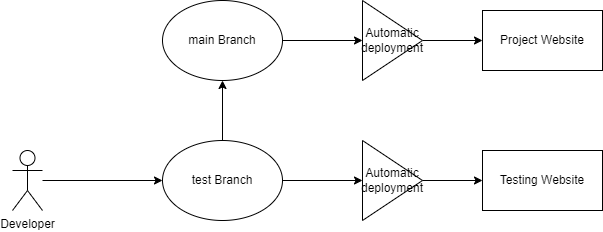
Before: DESIGN/Testing_Process_Diagram.drawio.png, a diagram exported from draw.io (Team-Arbitrary/Team-Arbitrary.github.io). Source tidied: cells renumbered, new cells last; positions are measured from the earlier drawing's top-left corner, leaving out a move shared by most shapes. Source of this version:
```xml
<mxGraphModel>
  <root>
    <mxCell id="0" />
    <mxCell id="1" parent="0" />
    <mxCell id="2" style="edgeStyle=orthogonalEdgeStyle;rounded=0;jettySize=auto;html=1;" parent="1" edge="1" source="3" target="12">
      <mxGeometry relative="1" as="geometry" />
    </mxCell>
    <mxCell id="3" value="main Branch" style="ellipse;whiteSpace=wrap;html=1;" parent="1" vertex="1">
      <mxGeometry x="150" width="120" height="80" as="geometry" />
    </mxCell>
    <mxCell id="4" style="edgeStyle=orthogonalEdgeStyle;rounded=0;jettySize=auto;html=1;" parent="1" edge="1" source="6" target="3">
      <mxGeometry relative="1" as="geometry" />
    </mxCell>
    <mxCell id="5" style="edgeStyle=orthogonalEdgeStyle;rounded=0;jettySize=auto;html=1;" parent="1" edge="1" source="6" target="14">
      <mxGeometry relative="1" as="geometry" />
    </mxCell>
    <mxCell id="6" value="test Branch" style="ellipse;whiteSpace=wrap;html=1;" parent="1" vertex="1">
      <mxGeometry x="150" y="140" width="120" height="80" as="geometry" />
    </mxCell>
    <mxCell id="7" value="Project Website" style="rounded=0;whiteSpace=wrap;html=1;" parent="1" vertex="1">
      <mxGeometry x="470" y="10" width="120" height="60" as="geometry" />
    </mxCell>
    <mxCell id="8" value="Testing Website" style="rounded=0;whiteSpace=wrap;html=1;" parent="1" vertex="1">
      <mxGeometry x="470" y="150" width="120" height="60" as="geometry" />
    </mxCell>
    <mxCell id="9" style="edgeStyle=orthogonalEdgeStyle;rounded=0;jettySize=auto;html=1;entryX=0;entryY=0.5;entryDx=0;entryDy=0;" parent="1" edge="1" source="10" target="6">
      <mxGeometry relative="1" as="geometry" />
    </mxCell>
    <mxCell id="10" value="Developer" style="shape=umlActor;verticalLabelPosition=bottom;verticalAlign=top;html=1;outlineConnect=0;" parent="1" vertex="1">
      <mxGeometry y="150" width="30" height="60" as="geometry" />
    </mxCell>
    <mxCell id="11" style="edgeStyle=orthogonalEdgeStyle;rounded=0;jettySize=auto;html=1;" parent="1" edge="1" source="12" target="7">
      <mxGeometry relative="1" as="geometry" />
    </mxCell>
    <mxCell id="12" value="Automatic deployment" style="triangle;whiteSpace=wrap;html=1;" parent="1" vertex="1">
      <mxGeometry x="350" width="60" height="80" as="geometry" />
    </mxCell>
    <mxCell id="13" style="edgeStyle=orthogonalEdgeStyle;rounded=0;jettySize=auto;html=1;" parent="1" edge="1" source="14" target="8">
      <mxGeometry relative="1" as="geometry" />
    </mxCell>
    <mxCell id="14" value="Automatic deployment" style="triangle;whiteSpace=wrap;html=1;" parent="1" vertex="1">
      <mxGeometry x="350" y="140" width="60" height="80" as="geometry" />
    </mxCell>
  </root>
</mxGraphModel>
```
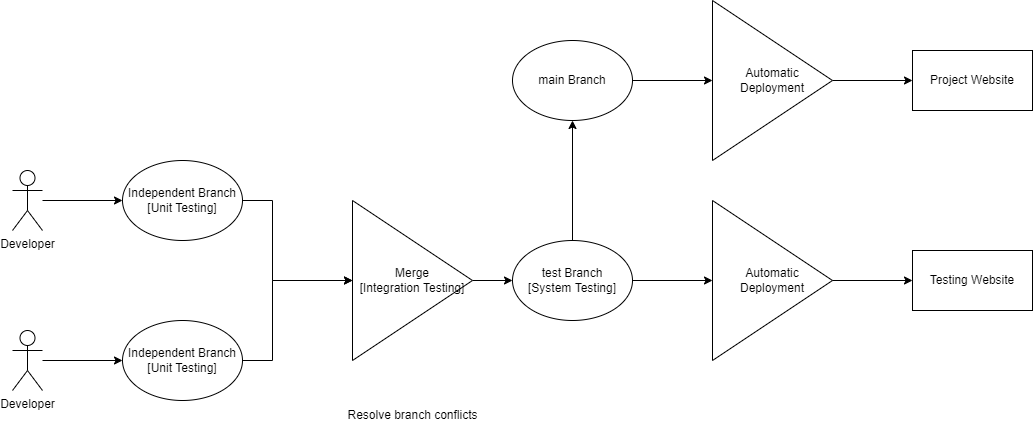
After the commit.

Commit message:
Update Testing_Process_Diagram

I hope this will help.

Diff of the diagram source:
```diff
@@ -6,7 +6,7 @@
       <mxGeometry relative="1" as="geometry" />
     </mxCell>
     <mxCell id="3" value="main Branch" style="ellipse;whiteSpace=wrap;html=1;" parent="1" vertex="1">
-      <mxGeometry x="150" width="120" height="80" as="geometry" />
+      <mxGeometry x="470" y="-60" width="120" height="80" as="geometry" />
     </mxCell>
     <mxCell id="4" style="edgeStyle=orthogonalEdgeStyle;rounded=0;jettySize=auto;html=1;" parent="1" edge="1" source="6" target="3">
       <mxGeometry relative="1" as="geometry" />
@@ -14,32 +14,69 @@
     <mxCell id="5" style="edgeStyle=orthogonalEdgeStyle;rounded=0;jettySize=auto;html=1;" parent="1" edge="1" source="6" target="14">
       <mxGeometry relative="1" as="geometry" />
     </mxCell>
-    <mxCell id="6" value="test Branch" style="ellipse;whiteSpace=wrap;html=1;" parent="1" vertex="1">
-      <mxGeometry x="150" y="140" width="120" height="80" as="geometry" />
+    <mxCell id="6" value="test Branch&lt;br&gt;[System Testing]" style="ellipse;whiteSpace=wrap;html=1;" parent="1" vertex="1">
+      <mxGeometry x="470" y="140" width="120" height="80" as="geometry" />
     </mxCell>
     <mxCell id="7" value="Project Website" style="rounded=0;whiteSpace=wrap;html=1;" parent="1" vertex="1">
-      <mxGeometry x="470" y="10" width="120" height="60" as="geometry" />
+      <mxGeometry x="870" y="-50" width="120" height="60" as="geometry" />
     </mxCell>
     <mxCell id="8" value="Testing Website" style="rounded=0;whiteSpace=wrap;html=1;" parent="1" vertex="1">
-      <mxGeometry x="470" y="150" width="120" height="60" as="geometry" />
+      <mxGeometry x="870" y="150" width="120" height="60" as="geometry" />
     </mxCell>
-    <mxCell id="9" style="edgeStyle=orthogonalEdgeStyle;rounded=0;jettySize=auto;html=1;entryX=0;entryY=0.5;entryDx=0;entryDy=0;" parent="1" edge="1" source="10" target="6">
+    <mxCell id="9" style="edgeStyle=orthogonalEdgeStyle;rounded=0;jettySize=auto;html=1;" parent="1" edge="1" source="10" target="16">
       <mxGeometry relative="1" as="geometry" />
     </mxCell>
     <mxCell id="10" value="Developer" style="shape=umlActor;verticalLabelPosition=bottom;verticalAlign=top;html=1;outlineConnect=0;" parent="1" vertex="1">
-      <mxGeometry y="150" width="30" height="60" as="geometry" />
+      <mxGeometry x="-30" y="70" width="30" height="60" as="geometry" />
     </mxCell>
     <mxCell id="11" style="edgeStyle=orthogonalEdgeStyle;rounded=0;jettySize=auto;html=1;" parent="1" edge="1" source="12" target="7">
       <mxGeometry relative="1" as="geometry" />
     </mxCell>
-    <mxCell id="12" value="Automatic deployment" style="triangle;whiteSpace=wrap;html=1;" parent="1" vertex="1">
-      <mxGeometry x="350" width="60" height="80" as="geometry" />
+    <mxCell id="12" value="Automatic Deployment" style="triangle;whiteSpace=wrap;html=1;" parent="1" vertex="1">
+      <mxGeometry x="670" y="-100" width="120" height="160" as="geometry" />
     </mxCell>
     <mxCell id="13" style="edgeStyle=orthogonalEdgeStyle;rounded=0;jettySize=auto;html=1;" parent="1" edge="1" source="14" target="8">
       <mxGeometry relative="1" as="geometry" />
     </mxCell>
-    <mxCell id="14" value="Automatic deployment" style="triangle;whiteSpace=wrap;html=1;" parent="1" vertex="1">
-      <mxGeometry x="350" y="140" width="60" height="80" as="geometry" />
+    <mxCell id="14" value="Automatic Deployment" style="triangle;whiteSpace=wrap;html=1;" parent="1" vertex="1">
+      <mxGeometry x="670" y="100" width="120" height="160" as="geometry" />
     </mxCell>
+    <mxCell id="15" style="edgeStyle=orthogonalEdgeStyle;rounded=0;jettySize=auto;html=1;" parent="1" edge="1" source="16" target="22">
+      <mxGeometry relative="1" as="geometry">
+        <Array as="points">
+          <mxPoint x="230" y="100" />
+          <mxPoint x="230" y="180" />
+        </Array>
+      </mxGeometry>
+    </mxCell>
+    <mxCell id="16" value="&lt;div&gt;Independent Branch&lt;/div&gt;&lt;div&gt;[Unit Testing]&lt;/div&gt;" style="ellipse;whiteSpace=wrap;html=1;" parent="1" vertex="1">
+      <mxGeometry x="80" y="60" width="120" height="80" as="geometry" />
+    </mxCell>
+    <mxCell id="17" style="edgeStyle=orthogonalEdgeStyle;rounded=0;jettySize=auto;html=1;" parent="1" edge="1" source="18" target="20">
+      <mxGeometry relative="1" as="geometry" />
+    </mxCell>
+    <mxCell id="18" value="Developer" style="shape=umlActor;verticalLabelPosition=bottom;verticalAlign=top;html=1;outlineConnect=0;" parent="1" vertex="1">
+      <mxGeometry x="-30" y="230" width="30" height="60" as="geometry" />
+    </mxCell>
+    <mxCell id="19" style="edgeStyle=orthogonalEdgeStyle;rounded=0;jettySize=auto;html=1;" parent="1" edge="1" source="20" target="22">
+      <mxGeometry relative="1" as="geometry">
+        <Array as="points">
+          <mxPoint x="230" y="260" />
+          <mxPoint x="230" y="180" />
+        </Array>
+      </mxGeometry>
+    </mxCell>
+    <mxCell id="20" value="&lt;div&gt;Independent Branch&lt;/div&gt;&lt;div&gt;[Unit Testing]&lt;/div&gt;" style="ellipse;whiteSpace=wrap;html=1;" parent="1" vertex="1">
+      <mxGeometry x="80" y="220" width="120" height="80" as="geometry" />
+    </mxCell>
+    <mxCell id="21" style="edgeStyle=orthogonalEdgeStyle;rounded=0;jettySize=auto;html=1;" parent="1" edge="1" source="22" target="6">
+      <mxGeometry relative="1" as="geometry" />
+    </mxCell>
+    <mxCell id="22" value="&lt;div&gt;Merge&lt;/div&gt;&lt;div&gt;[Integration Testing]&lt;/div&gt;" style="triangle;whiteSpace=wrap;html=1;" parent="1" vertex="1">
+      <mxGeometry x="310" y="100" width="120" height="160" as="geometry" />
+    </mxCell>
+    <mxCell id="23" value="Resolve branch conflicts" style="text;html=1;strokeColor=none;fillColor=none;align=center;verticalAlign=middle;whiteSpace=wrap;rounded=0;" parent="1" vertex="1">
+      <mxGeometry x="302.5" y="300" width="135" height="30" as="geometry" />
+    </mxCell>
   </root>
 </mxGraphModel>
```
